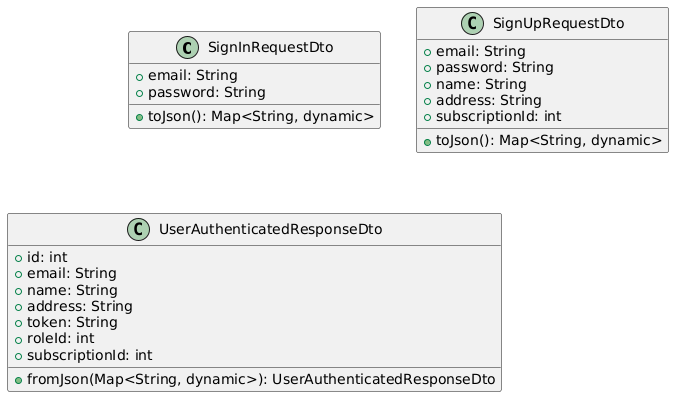
Before: assets/class-diagrams/iamMobile.png, a diagram exported from PlantUML (wemade-IoT/Documents_Repository). Its diagram source:
```plantuml
@startuml
class SignInRequestDto {
  +email: String
  +password: String
  +toJson(): Map<String, dynamic>
}

class SignUpRequestDto {
  +email: String
  +password: String
  +name: String
  +address: String
  +subscriptionId: int
  +toJson(): Map<String, dynamic>
}

class UserAuthenticatedResponseDto {
  +id: int
  +email: String
  +name: String
  +address: String
  +token: String
  +roleId: int
  +subscriptionId: int
  +fromJson(Map<String, dynamic>): UserAuthenticatedResponseDto
}
@enduml
```
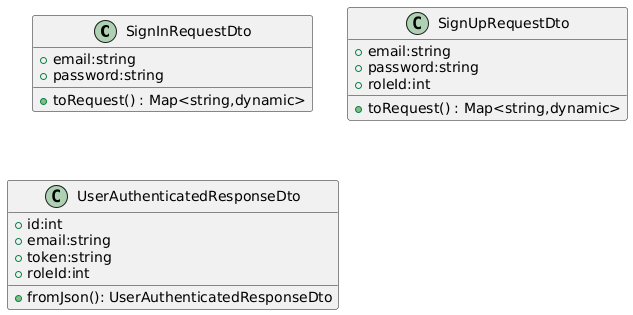
After the change.

The edit, as a diff of the source:
```diff
@@ -1,27 +1,23 @@
 @startuml
 class SignInRequestDto {
-  +email: String
-  +password: String
-  +toJson(): Map<String, dynamic>
+  +email:string
+  +password:string
+  +toRequest() : Map<string,dynamic>
 }
 
+
 class SignUpRequestDto {
-  +email: String
-  +password: String
-  +name: String
-  +address: String
-  +subscriptionId: int
-  +toJson(): Map<String, dynamic>
+  +email:string
+  +password:string
+  +roleId:int
+  +toRequest() : Map<string,dynamic>
 }
 
-class UserAuthenticatedResponseDto {
-  +id: int
-  +email: String
-  +name: String
-  +address: String
-  +token: String
-  +roleId: int
-  +subscriptionId: int
-  +fromJson(Map<String, dynamic>): UserAuthenticatedResponseDto
+class UserAuthenticatedResponseDto{
+  +id:int
+  +email:string
+  +token:string
+  +roleId:int
+  +fromJson(): UserAuthenticatedResponseDto
 }
 @enduml
```
